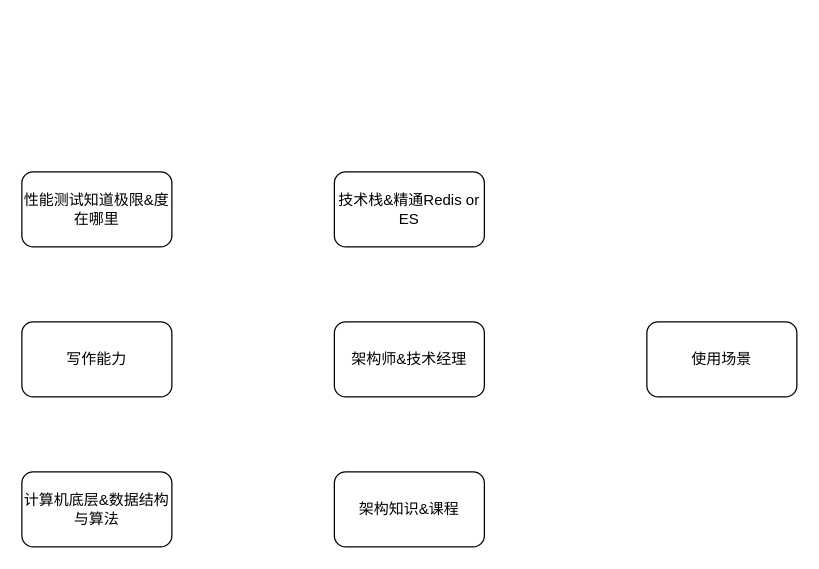
Before: Untitled Diagram.drawio in aideepmind/PyCharmWS20170103, a draw.io diagram. Source tidied: cells renumbered, new cells numbered last; positions are measured from the earlier drawing's top-left corner, leaving out a move shared by most shapes. Both pictures are drawn from the tidied source at 125%, with x=0, y=0 at pixel (21, 171).
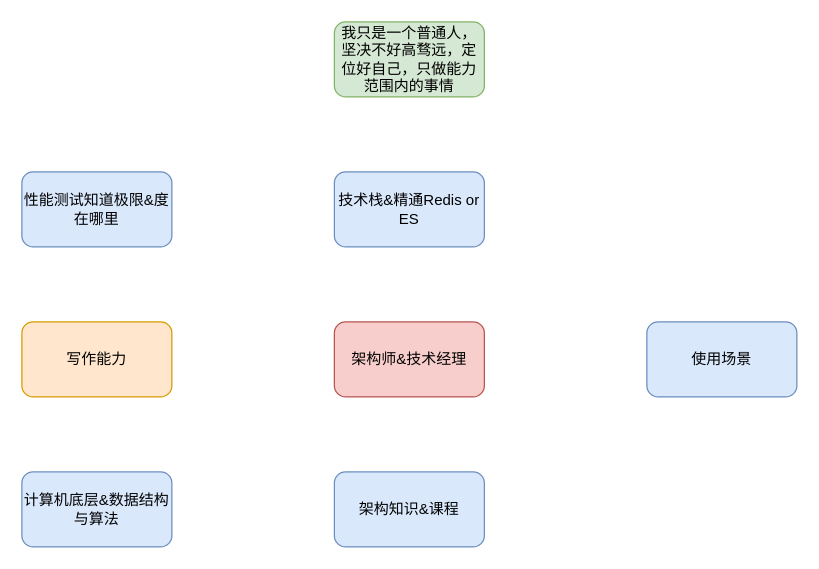
The same diagram, later.

What changed in the source:
```diff
@@
 <mxGraphModel>
   <root>
     <mxCell id="0" />
     <mxCell id="1" parent="0" />
-    <mxCell id="2" value="性能测试知道极限&amp;amp;度在哪里" style="rounded=1;whiteSpace=wrap;html=1;" parent="1" vertex="1">
+    <mxCell id="2" value="性能测试知道极限&amp;amp;度在哪里" style="rounded=1;whiteSpace=wrap;html=1;fillColor=#dae8fc;strokeColor=#6c8ebf;" parent="1" vertex="1">
       <mxGeometry width="120" height="60" as="geometry" />
     </mxCell>
-    <mxCell id="3" value="写作能力" style="rounded=1;whiteSpace=wrap;html=1;" parent="1" vertex="1">
+    <mxCell id="3" value="写作能力" style="rounded=1;whiteSpace=wrap;html=1;fillColor=#ffe6cc;strokeColor=#d79b00;" parent="1" vertex="1">
       <mxGeometry y="120" width="120" height="60" as="geometry" />
     </mxCell>
-    <mxCell id="4" value="计算机底层&amp;amp;数据结构与算法" style="rounded=1;whiteSpace=wrap;html=1;" parent="1" vertex="1">
+    <mxCell id="4" value="计算机底层&amp;amp;数据结构与算法" style="rounded=1;whiteSpace=wrap;html=1;fillColor=#dae8fc;strokeColor=#6c8ebf;" parent="1" vertex="1">
       <mxGeometry y="240" width="120" height="60" as="geometry" />
     </mxCell>
-    <mxCell id="5" value="架构师&amp;amp;技术经理" style="rounded=1;whiteSpace=wrap;html=1;" parent="1" vertex="1">
+    <mxCell id="5" value="架构师&amp;amp;技术经理" style="rounded=1;whiteSpace=wrap;html=1;fillColor=#f8cecc;strokeColor=#b85450;" parent="1" vertex="1">
       <mxGeometry x="250" y="120" width="120" height="60" as="geometry" />
     </mxCell>
-    <mxCell id="6" value="技术栈&amp;amp;精通Redis or ES" style="rounded=1;whiteSpace=wrap;html=1;" parent="1" vertex="1">
+    <mxCell id="6" value="技术栈&amp;amp;精通Redis or ES" style="rounded=1;whiteSpace=wrap;html=1;fillColor=#dae8fc;strokeColor=#6c8ebf;" parent="1" vertex="1">
       <mxGeometry x="250" width="120" height="60" as="geometry" />
     </mxCell>
-    <mxCell id="7" value="架构知识&amp;amp;课程" style="rounded=1;whiteSpace=wrap;html=1;" parent="1" vertex="1">
+    <mxCell id="7" value="架构知识&amp;amp;课程" style="rounded=1;whiteSpace=wrap;html=1;fillColor=#dae8fc;strokeColor=#6c8ebf;" parent="1" vertex="1">
       <mxGeometry x="250" y="240" width="120" height="60" as="geometry" />
     </mxCell>
-    <mxCell id="8" value="使用场景" style="rounded=1;whiteSpace=wrap;html=1;" parent="1" vertex="1">
+    <mxCell id="8" value="使用场景" style="rounded=1;whiteSpace=wrap;html=1;fillColor=#dae8fc;strokeColor=#6c8ebf;" parent="1" vertex="1">
       <mxGeometry x="500" y="120" width="120" height="60" as="geometry" />
     </mxCell>
+    <mxCell id="9" value="我只是一个普通人，坚决不好高骛远，定位好自己，只做能力范围内的事情" style="rounded=1;whiteSpace=wrap;html=1;fillColor=#d5e8d4;strokeColor=#82b366;" parent="1" vertex="1">
+      <mxGeometry x="250" y="-120" width="120" height="60" as="geometry" />
+    </mxCell>
   </root>
 </mxGraphModel>
```
